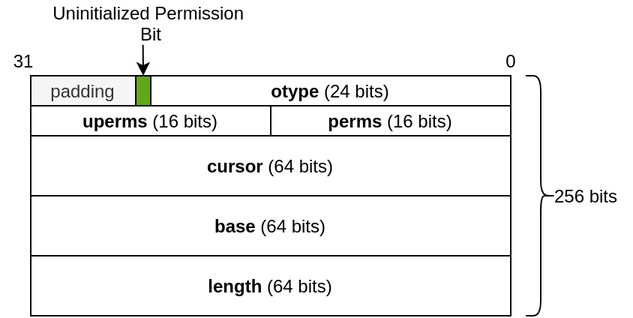
Earlier version of the draw.io export figures/uninit-cap-representation.png (capt-hb/thesis). Source tidied: cells renumbered, new cells last; positions are measured from the earlier drawing's top-left corner, leaving out a move shared by most shapes. Source of this version:
```xml
<mxGraphModel>
  <root>
    <mxCell id="0" />
    <mxCell id="1" parent="0" />
    <mxCell id="2" style="rounded=0;whiteSpace=wrap;html=1;" parent="1" vertex="1">
      <mxGeometry x="20" y="50" width="320" height="160" as="geometry" />
    </mxCell>
    <mxCell id="3" value="0" style="text;html=1;align=center;verticalAlign=middle;" parent="1" vertex="1">
      <mxGeometry x="330" y="30" width="20" height="20" as="geometry" />
    </mxCell>
    <mxCell id="4" value="31" style="text;html=1;align=center;verticalAlign=middle;" parent="1" vertex="1">
      <mxGeometry y="30" width="30" height="20" as="geometry" />
    </mxCell>
    <mxCell id="5" style="shape=curlyBracket;whiteSpace=wrap;html=1;rounded=1;flipH=1;" parent="1" vertex="1">
      <mxGeometry x="350" y="50" width="20" height="160" as="geometry" />
    </mxCell>
    <mxCell id="6" value="256 bits" style="text;html=1;align=center;verticalAlign=middle;" parent="1" vertex="1">
      <mxGeometry x="360" y="120" width="60" height="20" as="geometry" />
    </mxCell>
    <mxCell id="7" value="padding" style="rounded=0;whiteSpace=wrap;html=1;fillColor=#f5f5f5;strokeColor=#000000;fontColor=#333333;" parent="1" vertex="1">
      <mxGeometry x="20" y="50" width="70" height="20" as="geometry" />
    </mxCell>
    <mxCell id="8" style="rounded=0;whiteSpace=wrap;html=1;strokeColor=#000000;fillColor=#60a917;fontColor=#ffffff;" parent="1" vertex="1">
      <mxGeometry x="90" y="50" width="10" height="20" as="geometry" />
    </mxCell>
    <mxCell id="9" value="&lt;b&gt;otype&lt;/b&gt; (24 bits)" style="rounded=0;whiteSpace=wrap;html=1;strokeColor=#000000;" parent="1" vertex="1">
      <mxGeometry x="100" y="50" width="240" height="20" as="geometry" />
    </mxCell>
    <mxCell id="10" value="&lt;b&gt;uperms&lt;/b&gt; (16 bits)" style="rounded=0;whiteSpace=wrap;html=1;strokeColor=#000000;" parent="1" vertex="1">
      <mxGeometry x="20" y="70" width="160" height="20" as="geometry" />
    </mxCell>
    <mxCell id="11" value="&lt;b&gt;perms &lt;/b&gt;(16 bits)" style="rounded=0;whiteSpace=wrap;html=1;strokeColor=#000000;" parent="1" vertex="1">
      <mxGeometry x="180" y="70" width="160" height="20" as="geometry" />
    </mxCell>
    <mxCell id="12" value="&lt;b&gt;cursor &lt;/b&gt;(64 bits)" style="rounded=0;whiteSpace=wrap;html=1;strokeColor=#000000;" parent="1" vertex="1">
      <mxGeometry x="20" y="90" width="320" height="40" as="geometry" />
    </mxCell>
    <mxCell id="13" value="&lt;b&gt;base&amp;nbsp;&lt;/b&gt;(64 bits)" style="rounded=0;whiteSpace=wrap;html=1;strokeColor=#000000;" parent="1" vertex="1">
      <mxGeometry x="20" y="130" width="320" height="40" as="geometry" />
    </mxCell>
    <mxCell id="14" value="&lt;b&gt;length&amp;nbsp;&lt;/b&gt;(64 bits)" style="rounded=0;whiteSpace=wrap;html=1;strokeColor=#000000;" parent="1" vertex="1">
      <mxGeometry x="20" y="170" width="320" height="40" as="geometry" />
    </mxCell>
    <mxCell id="15" style="endArrow=classic;html=1;entryX=0.5;entryY=0;entryDx=0;entryDy=0;exitX=0.463;exitY=0.981;exitDx=0;exitDy=0;exitPerimeter=0;" parent="1" edge="1" source="16" target="8">
      <mxGeometry relative="1" as="geometry" />
    </mxCell>
    <mxCell id="16" value="Uninitialized Permission &lt;br&gt;Bit" style="text;html=1;align=center;verticalAlign=middle;points=[];" parent="1" vertex="1">
      <mxGeometry x="30" width="140" height="30" as="geometry" />
    </mxCell>
  </root>
</mxGraphModel>
```
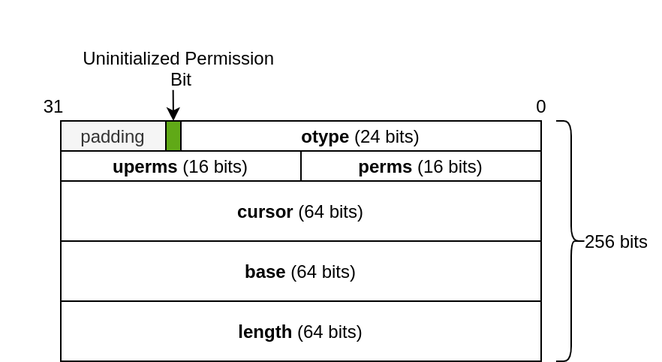
After the commit.

What changed in the source:
```diff
@@ -47,5 +47,8 @@
     <mxCell id="16" value="Uninitialized Permission &lt;br&gt;Bit" style="text;html=1;align=center;verticalAlign=middle;points=[];" parent="1" vertex="1">
       <mxGeometry x="30" width="140" height="30" as="geometry" />
     </mxCell>
+    <mxCell id="17" style="rounded=0;whiteSpace=wrap;html=1;fillColor=none;strokeColor=none;" parent="1" vertex="1">
+      <mxGeometry x="-20" y="-30" width="440" height="240" as="geometry" />
+    </mxCell>
   </root>
 </mxGraphModel>
```
